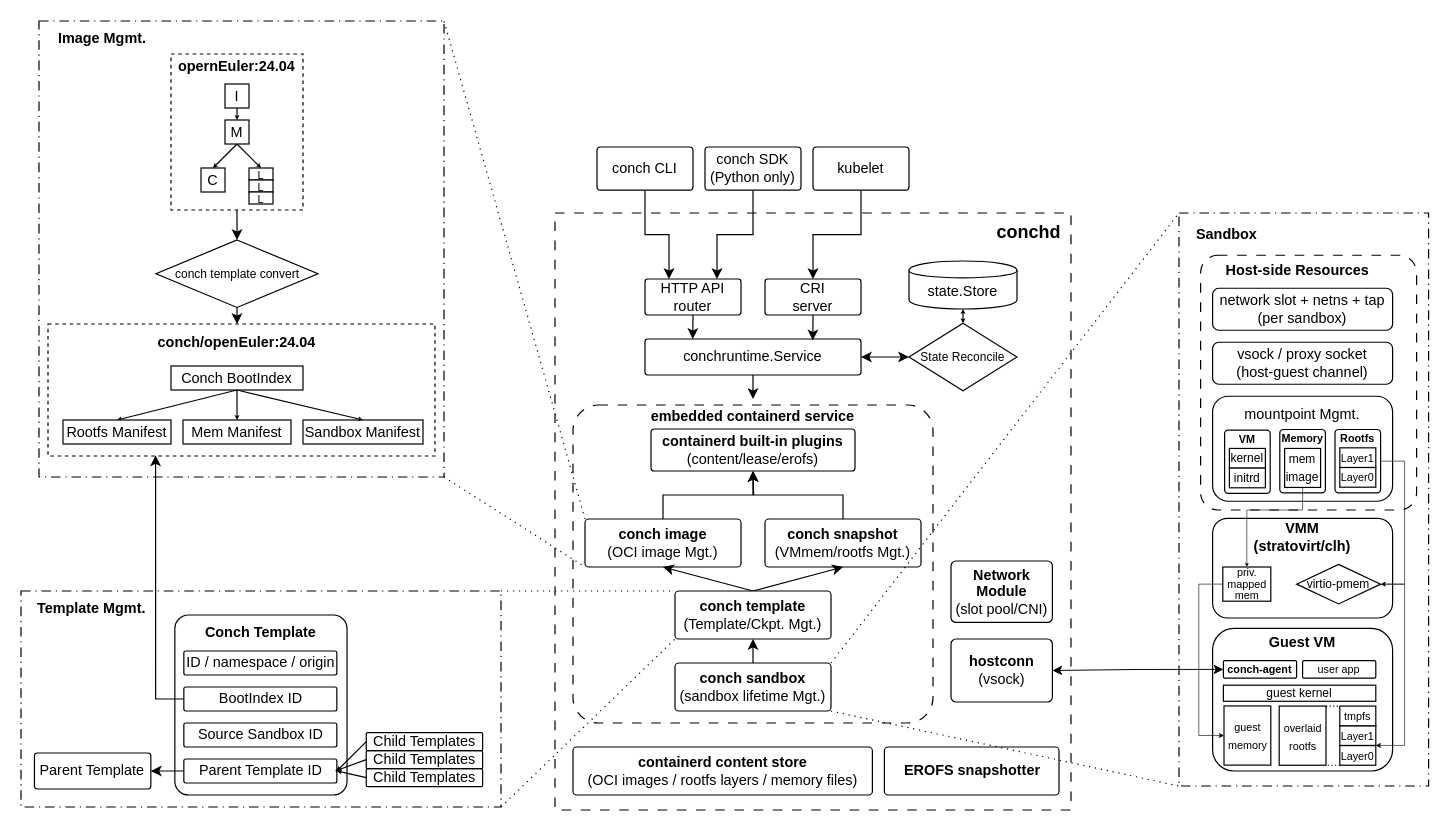
This is docs/design/arch.drawio from ConchSandbox/Conch, a draw.io file, before an edit. Source tidied: cells renumbered, new cells numbered last; positions are measured from the earlier drawing's top-left corner, leaving out a move shared by most shapes. Both pictures are drawn from the tidied source at 120%, with x=0, y=0 at pixel (20, 20).
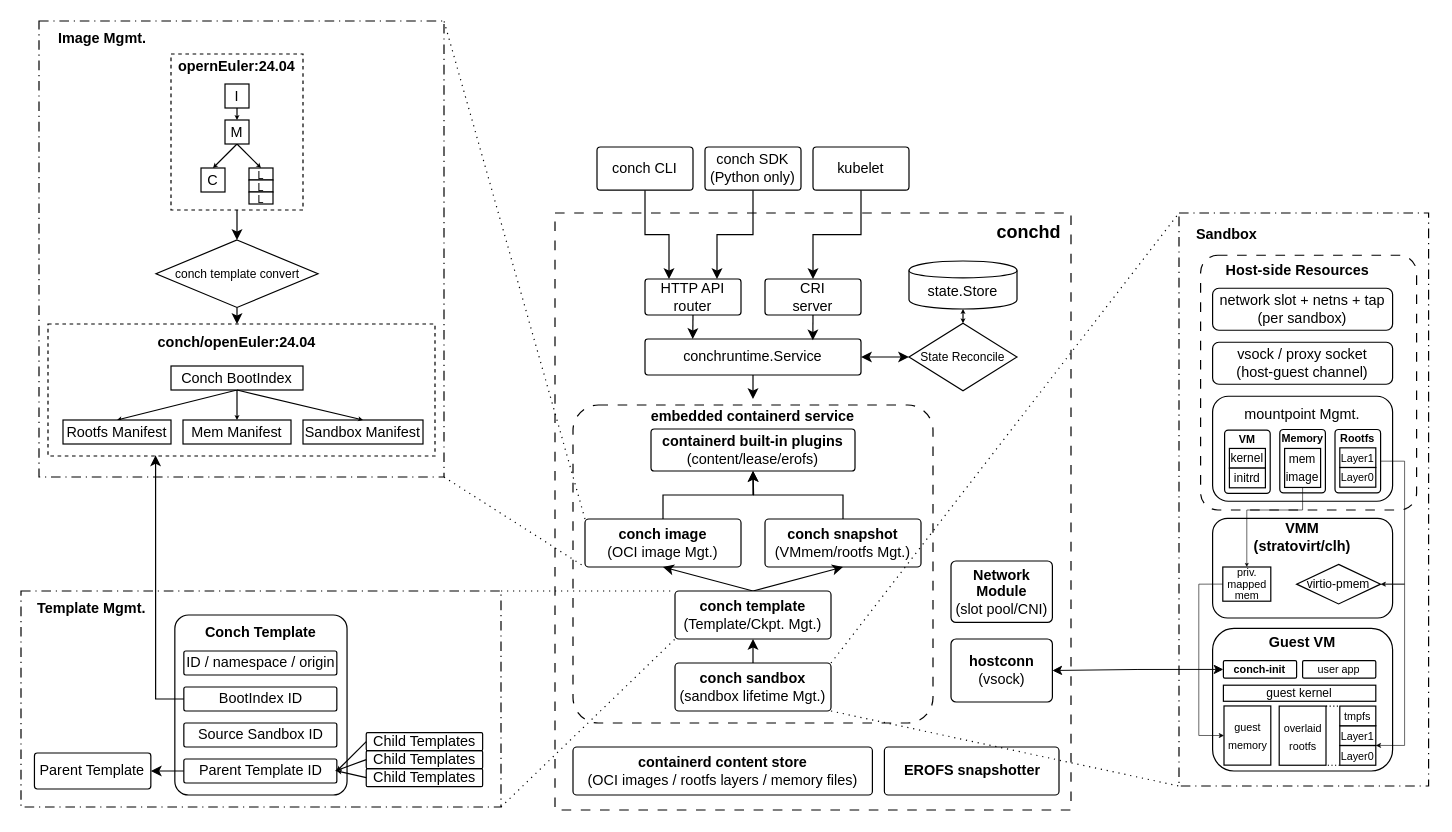
After the change.

Commit message:
[docs] Rename conch-agent in arch diagram

Assisted-by: Codex:GPT-5.5

Diff of the diagram source:
```diff
@@
-    <mxCell id="122" value="&lt;div&gt;&lt;b&gt;&lt;font style=&quot;font-size: 9px;&quot;&gt;conch-agent&lt;/font&gt;&lt;/b&gt;&lt;/div&gt;" style="rounded=1;whiteSpace=wrap;html=1;arcSize=8;" parent="1" vertex="1">
+    <mxCell id="122" value="&lt;div&gt;&lt;b&gt;&lt;font style=&quot;font-size: 9px;&quot;&gt;conch-init&lt;/font&gt;&lt;/b&gt;&lt;/div&gt;" style="rounded=1;whiteSpace=wrap;html=1;arcSize=8;" parent="1" vertex="1">
       <mxGeometry x="1002" y="533.1" width="61" height="14.5" as="geometry" />
     </mxCell>
```
